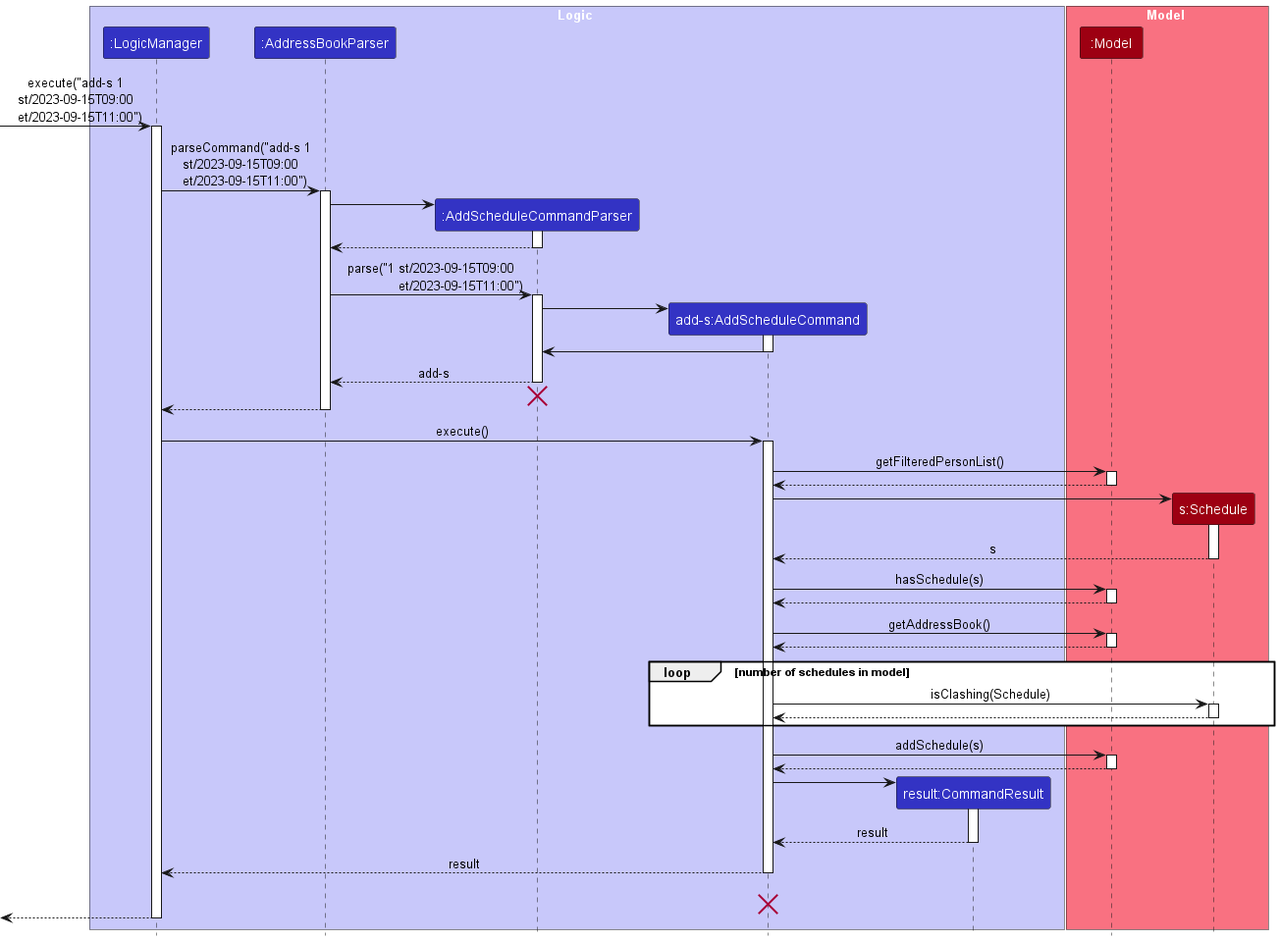
The PlantUML diagram docs/images/AddScheduleSequenceDiagram.png in nus-cs2103-AY2324S1/tp, before a commit.
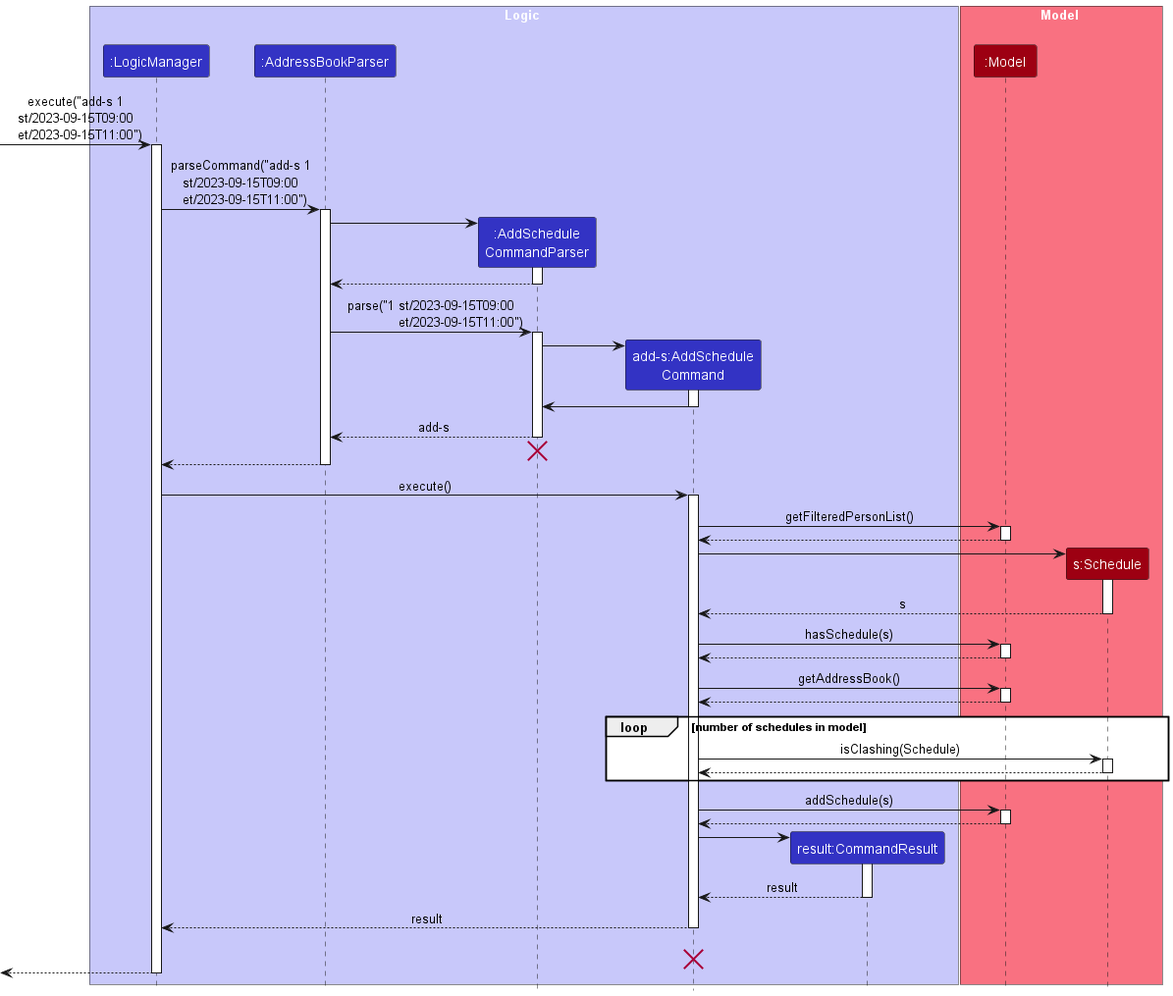
After the commit.

What changed in the source:
```diff
@@ -5,8 +5,8 @@
 box Logic LOGIC_COLOR_T1
 participant ":LogicManager" as LogicManager LOGIC_COLOR
 participant ":AddressBookParser" as AddressBookParser LOGIC_COLOR
-participant ":AddScheduleCommandParser" as AddScheduleCommandParser LOGIC_COLOR
-participant "add-s:AddScheduleCommand" as AddScheduleCommand LOGIC_COLOR
+participant ":AddSchedule\nCommandParser" as AddScheduleCommandParser LOGIC_COLOR
+participant "add-s:AddSchedule\nCommand" as AddScheduleCommand LOGIC_COLOR
 participant "result:CommandResult" as CommandResult LOGIC_COLOR
 
 end box
```
